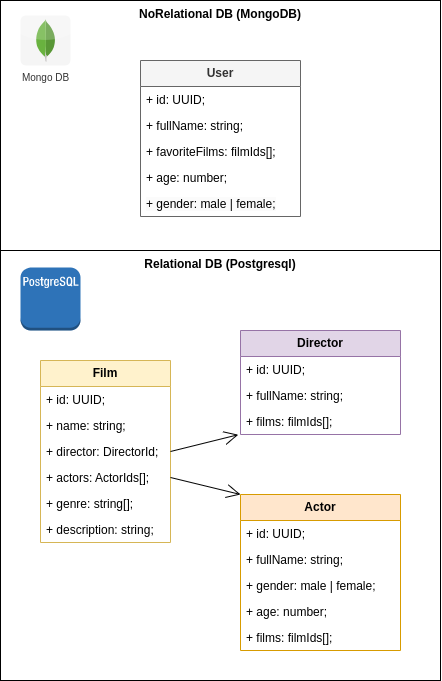
Earlier version of the draw.io export Movies-library.drawio.png (21Michael/movies-library). Source tidied: cells renumbered, new cells last; positions are measured from the earlier drawing's top-left corner, leaving out a move shared by most shapes.
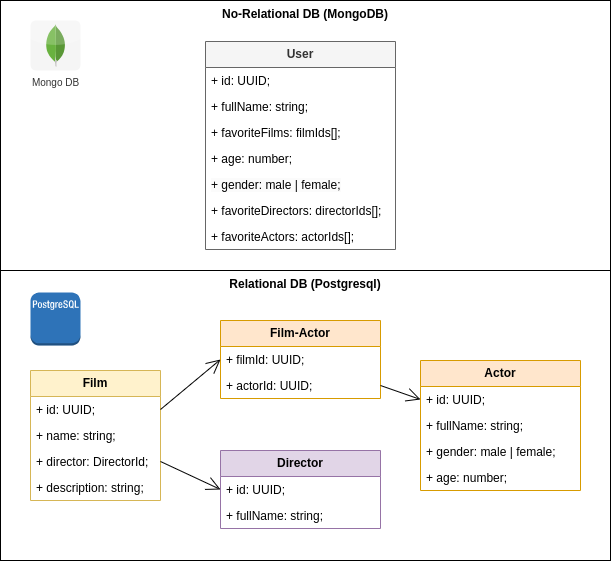
After the commit.

What changed in the source:
```diff
@@ -3,10 +3,10 @@
     <mxCell id="0" />
     <mxCell id="1" parent="0" />
     <mxCell id="2" value="Relational DB (Postgresql)" style="rounded=0;whiteSpace=wrap;html=1;verticalAlign=top;fontStyle=1;" parent="1" vertex="1">
-      <mxGeometry y="250" width="440" height="430" as="geometry" />
+      <mxGeometry x="10" y="260" width="610" height="290" as="geometry" />
     </mxCell>
     <mxCell id="3" value="&lt;b&gt;Film&lt;/b&gt;" style="swimlane;fontStyle=0;horizontal=1;startSize=26;fillColor=#fff2cc;whiteSpace=wrap;html=1;strokeColor=#d6b656;" parent="1" vertex="1">
-      <mxGeometry x="40" y="360" width="130" height="182" as="geometry" />
+      <mxGeometry x="40" y="360" width="130" height="130" as="geometry" />
     </mxCell>
     <mxCell id="4" value="+ id: UUID;" style="text;strokeColor=none;fillColor=none;align=left;verticalAlign=top;spacingLeft=4;spacingRight=4;overflow=hidden;points=[[0,0.5],[1,0.5]];portConstraint=eastwest;whiteSpace=wrap;html=1;" parent="3" vertex="1">
       <mxGeometry y="26" width="130" height="26" as="geometry" />
@@ -17,17 +17,11 @@
     <mxCell id="6" value="+ director: DirectorId;" style="text;strokeColor=none;fillColor=none;align=left;verticalAlign=top;spacingLeft=4;spacingRight=4;overflow=hidden;points=[[0,0.5],[1,0.5]];portConstraint=eastwest;whiteSpace=wrap;html=1;" parent="3" vertex="1">
       <mxGeometry y="78" width="130" height="26" as="geometry" />
     </mxCell>
-    <mxCell id="7" value="+ actors: ActorIds[];" style="text;strokeColor=none;fillColor=none;align=left;verticalAlign=top;spacingLeft=4;spacingRight=4;overflow=hidden;points=[[0,0.5],[1,0.5]];portConstraint=eastwest;whiteSpace=wrap;html=1;" parent="3" vertex="1">
-      <mxGeometry y="104" width="130" height="26" as="geometry" />
-    </mxCell>
-    <mxCell id="8" value="+ genre: string[];" style="text;strokeColor=none;fillColor=none;align=left;verticalAlign=top;spacingLeft=4;spacingRight=4;overflow=hidden;whiteSpace=wrap;html=1;" parent="3" vertex="1">
-      <mxGeometry y="130" width="130" height="26" as="geometry" />
-    </mxCell>
     <mxCell id="9" value="+ description: string;" style="text;strokeColor=none;fillColor=none;align=left;verticalAlign=top;spacingLeft=4;spacingRight=4;overflow=hidden;whiteSpace=wrap;html=1;" parent="3" vertex="1">
-      <mxGeometry y="156" width="130" height="26" as="geometry" />
+      <mxGeometry y="104" width="130" height="26" as="geometry" />
     </mxCell>
     <mxCell id="10" value="&lt;b&gt;Director&lt;/b&gt;" style="swimlane;fontStyle=0;horizontal=1;startSize=26;fillColor=#e1d5e7;whiteSpace=wrap;html=1;strokeColor=#9673a6;" parent="1" vertex="1">
-      <mxGeometry x="240" y="330" width="160" height="104" as="geometry" />
+      <mxGeometry x="230" y="440" width="160" height="78" as="geometry" />
     </mxCell>
     <mxCell id="11" value="+ id: UUID;" style="text;strokeColor=none;fillColor=none;align=left;verticalAlign=top;spacingLeft=4;spacingRight=4;overflow=hidden;points=[[0,0.5],[1,0.5]];portConstraint=eastwest;whiteSpace=wrap;html=1;" parent="10" vertex="1">
       <mxGeometry y="26" width="160" height="26" as="geometry" />
@@ -35,11 +29,8 @@
     <mxCell id="12" value="+ fullName: string;" style="text;strokeColor=none;fillColor=none;align=left;verticalAlign=top;spacingLeft=4;spacingRight=4;overflow=hidden;whiteSpace=wrap;html=1;" parent="10" vertex="1">
       <mxGeometry y="52" width="160" height="26" as="geometry" />
     </mxCell>
-    <mxCell id="13" value="+ films: filmIds[];" style="text;strokeColor=none;fillColor=none;align=left;verticalAlign=top;spacingLeft=4;spacingRight=4;overflow=hidden;points=[[0,0.5],[1,0.5]];portConstraint=eastwest;whiteSpace=wrap;html=1;" parent="10" vertex="1">
-      <mxGeometry y="78" width="160" height="26" as="geometry" />
-    </mxCell>
     <mxCell id="14" value="&lt;b&gt;Actor&lt;/b&gt;" style="swimlane;fontStyle=0;horizontal=1;startSize=26;fillColor=#ffe6cc;whiteSpace=wrap;html=1;strokeColor=#d79b00;" parent="1" vertex="1">
-      <mxGeometry x="240" y="494" width="160" height="156" as="geometry" />
+      <mxGeometry x="430" y="350" width="160" height="130" as="geometry" />
     </mxCell>
     <mxCell id="15" value="+ id: UUID;" style="text;strokeColor=none;fillColor=none;align=left;verticalAlign=top;spacingLeft=4;spacingRight=4;overflow=hidden;points=[[0,0.5],[1,0.5]];portConstraint=eastwest;whiteSpace=wrap;html=1;" parent="14" vertex="1">
       <mxGeometry y="26" width="160" height="26" as="geometry" />
@@ -53,41 +44,56 @@
     <mxCell id="18" value="+ age: number;" style="text;strokeColor=none;fillColor=none;align=left;verticalAlign=top;spacingLeft=4;spacingRight=4;overflow=hidden;whiteSpace=wrap;html=1;" parent="14" vertex="1">
       <mxGeometry y="104" width="160" height="26" as="geometry" />
     </mxCell>
-    <mxCell id="19" value="+ films: filmIds[];" style="text;strokeColor=none;fillColor=none;align=left;verticalAlign=top;spacingLeft=4;spacingRight=4;overflow=hidden;whiteSpace=wrap;html=1;" parent="14" vertex="1">
-      <mxGeometry y="130" width="160" height="26" as="geometry" />
-    </mxCell>
-    <mxCell id="20" style="endArrow=open;endFill=1;endSize=12;html=1;rounded=0;entryX=-0.014;entryY=1.008;entryDx=0;entryDy=0;entryPerimeter=0;exitX=1;exitY=0.5;exitDx=0;exitDy=0;" parent="1" edge="1" source="6" target="13">
-      <mxGeometry relative="1" as="geometry" />
-    </mxCell>
-    <mxCell id="21" style="endArrow=open;endFill=1;endSize=12;html=1;rounded=0;exitX=1;exitY=0.5;exitDx=0;exitDy=0;entryX=0;entryY=0;entryDx=0;entryDy=0;" parent="1" edge="1" source="7" target="14">
-      <mxGeometry relative="1" as="geometry" />
-    </mxCell>
     <mxCell id="22" style="dashed=0;verticalLabelPosition=bottom;verticalAlign=top;align=center;html=1;shape=mxgraph.aws3.postgre_sql_instance;fillColor=#2E73B8;gradientColor=none;" parent="1" vertex="1">
-      <mxGeometry x="20" y="267" width="60" height="63" as="geometry" />
+      <mxGeometry x="40" y="282" width="50" height="53" as="geometry" />
     </mxCell>
-    <mxCell id="23" value="NoRelational DB (MongoDB)" style="rounded=0;whiteSpace=wrap;html=1;verticalAlign=top;fontStyle=1;" parent="1" vertex="1">
-      <mxGeometry width="440" height="250" as="geometry" />
+    <mxCell id="23" value="No-Relational DB (MongoDB)" style="rounded=0;whiteSpace=wrap;html=1;verticalAlign=top;fontStyle=1;" parent="1" vertex="1">
+      <mxGeometry x="10" y="-10" width="610" height="270" as="geometry" />
     </mxCell>
     <mxCell id="24" value="&lt;b&gt;User&lt;/b&gt;" style="swimlane;fontStyle=0;horizontal=1;startSize=26;fillColor=#f5f5f5;whiteSpace=wrap;html=1;strokeColor=#666666;fontColor=#333333;" parent="1" vertex="1">
-      <mxGeometry x="140" y="60" width="160" height="156" as="geometry" />
+      <mxGeometry x="215" y="31" width="190" height="208" as="geometry" />
     </mxCell>
     <mxCell id="25" value="+ id: UUID;" style="text;strokeColor=none;fillColor=none;align=left;verticalAlign=top;spacingLeft=4;spacingRight=4;overflow=hidden;whiteSpace=wrap;html=1;" parent="24" vertex="1">
-      <mxGeometry y="26" width="160" height="26" as="geometry" />
+      <mxGeometry y="26" width="190" height="26" as="geometry" />
     </mxCell>
     <mxCell id="26" value="+ fullName: string;" style="text;strokeColor=none;fillColor=none;align=left;verticalAlign=top;spacingLeft=4;spacingRight=4;overflow=hidden;whiteSpace=wrap;html=1;" parent="24" vertex="1">
-      <mxGeometry y="52" width="160" height="26" as="geometry" />
+      <mxGeometry y="52" width="190" height="26" as="geometry" />
     </mxCell>
     <mxCell id="27" value="+ favoriteFilms: filmIds[];" style="text;strokeColor=none;fillColor=none;align=left;verticalAlign=top;spacingLeft=4;spacingRight=4;overflow=hidden;whiteSpace=wrap;html=1;" parent="24" vertex="1">
-      <mxGeometry y="78" width="160" height="26" as="geometry" />
+      <mxGeometry y="78" width="190" height="26" as="geometry" />
     </mxCell>
     <mxCell id="28" value="+ age: number;" style="text;strokeColor=none;fillColor=none;align=left;verticalAlign=top;spacingLeft=4;spacingRight=4;overflow=hidden;whiteSpace=wrap;html=1;" parent="24" vertex="1">
-      <mxGeometry y="104" width="160" height="26" as="geometry" />
+      <mxGeometry y="104" width="190" height="26" as="geometry" />
     </mxCell>
     <mxCell id="29" value="&lt;span style=&quot;color: rgb(0, 0, 0); font-family: Helvetica; font-size: 12px; font-style: normal; font-variant-ligatures: normal; font-variant-caps: normal; font-weight: 400; letter-spacing: normal; orphans: 2; text-align: left; text-indent: 0px; text-transform: none; widows: 2; word-spacing: 0px; -webkit-text-stroke-width: 0px; background-color: rgb(251, 251, 251); text-decoration-thickness: initial; text-decoration-style: initial; text-decoration-color: initial; float: none; display: inline !important;&quot;&gt;+ gender: male | female;&lt;/span&gt;" style="text;strokeColor=none;fillColor=none;align=left;verticalAlign=top;spacingLeft=4;spacingRight=4;overflow=hidden;whiteSpace=wrap;html=1;" parent="24" vertex="1">
-      <mxGeometry y="130" width="160" height="26" as="geometry" />
+      <mxGeometry y="130" width="190" height="26" as="geometry" />
     </mxCell>
+    <mxCell id="31" value="+ favoriteDirectors: directorIds[];" style="text;strokeColor=none;fillColor=none;align=left;verticalAlign=top;spacingLeft=4;spacingRight=4;overflow=hidden;whiteSpace=wrap;html=1;" parent="24" vertex="1">
+      <mxGeometry y="156" width="190" height="26" as="geometry" />
+    </mxCell>
+    <mxCell id="32" value="+ favoriteActors: actorIds[];" style="text;strokeColor=none;fillColor=none;align=left;verticalAlign=top;spacingLeft=4;spacingRight=4;overflow=hidden;whiteSpace=wrap;html=1;" parent="24" vertex="1">
+      <mxGeometry y="182" width="190" height="26" as="geometry" />
+    </mxCell>
     <mxCell id="30" value="Mongo DB" style="dashed=0;html=1;align=center;labelPosition=center;verticalLabelPosition=bottom;verticalAlign=top;shape=mxgraph.webicons.mongodb;fontSize=10;labelBackgroundColor=none;labelBorderColor=none;fillColor=#f5f5f5;fontColor=#333333;strokeColor=default;" parent="1" vertex="1">
-      <mxGeometry x="20" y="15" width="50" height="50" as="geometry" />
+      <mxGeometry x="40" y="10" width="50" height="50" as="geometry" />
     </mxCell>
+    <mxCell id="33" value="&lt;b&gt;Film-Actor&lt;/b&gt;" style="swimlane;fontStyle=0;horizontal=1;startSize=26;fillColor=#ffe6cc;whiteSpace=wrap;html=1;strokeColor=#d79b00;" parent="1" vertex="1">
+      <mxGeometry x="230" y="310" width="160" height="78" as="geometry" />
+    </mxCell>
+    <mxCell id="34" value="+ filmId: UUID;" style="text;strokeColor=none;fillColor=none;align=left;verticalAlign=top;spacingLeft=4;spacingRight=4;overflow=hidden;points=[[0,0.5],[1,0.5]];portConstraint=eastwest;whiteSpace=wrap;html=1;" parent="33" vertex="1">
+      <mxGeometry y="26" width="160" height="26" as="geometry" />
+    </mxCell>
+    <mxCell id="35" value="+ actorId: UUID;" style="text;strokeColor=none;fillColor=none;align=left;verticalAlign=top;spacingLeft=4;spacingRight=4;overflow=hidden;points=[[0,0.5],[1,0.5]];portConstraint=eastwest;whiteSpace=wrap;html=1;" parent="33" vertex="1">
+      <mxGeometry y="52" width="160" height="26" as="geometry" />
+    </mxCell>
+    <mxCell id="36" style="endArrow=open;endFill=1;endSize=12;html=1;rounded=0;exitX=1;exitY=0.5;exitDx=0;exitDy=0;entryX=0;entryY=0.5;entryDx=0;entryDy=0;" parent="1" edge="1" source="6" target="11">
+      <mxGeometry relative="1" as="geometry" />
+    </mxCell>
+    <mxCell id="37" style="endArrow=open;endFill=1;endSize=12;html=1;rounded=0;exitX=1;exitY=0.5;exitDx=0;exitDy=0;entryX=0;entryY=0.5;entryDx=0;entryDy=0;" parent="1" edge="1" source="4" target="34">
+      <mxGeometry relative="1" as="geometry" />
+    </mxCell>
+    <mxCell id="38" style="endArrow=open;endFill=1;endSize=12;html=1;rounded=0;exitX=1;exitY=0.5;exitDx=0;exitDy=0;entryX=0;entryY=0.5;entryDx=0;entryDy=0;" parent="1" edge="1" source="35" target="15">
+      <mxGeometry relative="1" as="geometry" />
+    </mxCell>
   </root>
 </mxGraphModel>
```
